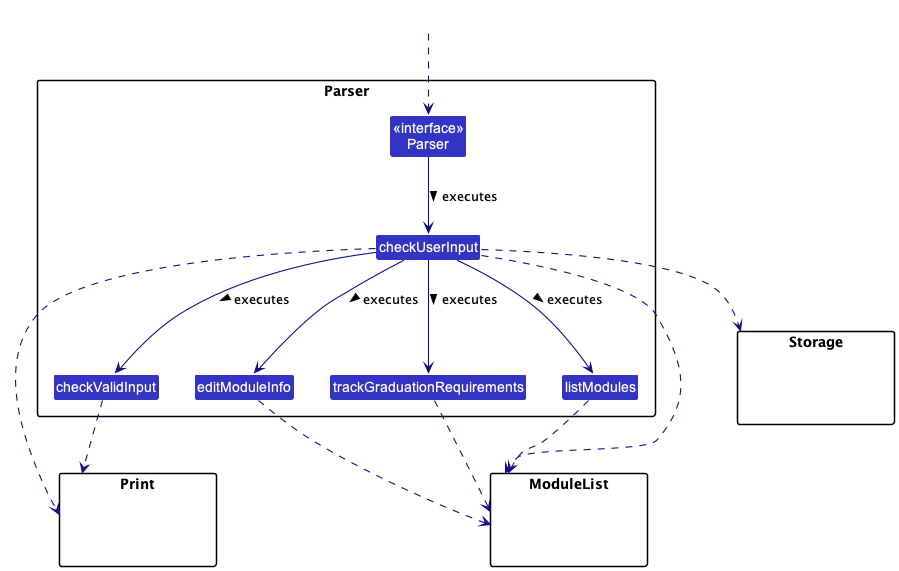
Earlier version of the PlantUML export docs/diagrams/Parser.png (saintzaw/tp). Source of this version:
```plantuml
@startuml
!include style.puml
skinparam arrowThickness 1.1
skinparam arrowColor LOGIC_COLOR_T4
skinparam classBackgroundColor LOGIC_COLOR

package Parser {
Class checkUserInput
Class checkValidInput
Class editModuleInfo
Class trackGraduationRequirements
Class listModules
Class "<<interface>>\nParser" as ParserInterface
}

package Print{
Class HiddenModel #FFFFFF
}

package Storage{
Class HiddenModel #FFFFFF
}

package ModuleList{
Class HiddenModel #FFFFFF
}

Class HiddenOutside #FFFFFF
HiddenOutside..> ParserInterface

ParserInterface --> checkUserInput : executes >
checkUserInput --> editModuleInfo : executes >
checkUserInput --> checkValidInput : executes >
checkUserInput --> trackGraduationRequirements : executes >
checkUserInput --> listModules : executes >

checkUserInput ..> Print
checkValidInput ..> Print
checkUserInput ..> Storage
checkUserInput ..> ModuleList
trackGraduationRequirements ..> ModuleList
editModuleInfo ..> ModuleList
listModules ..> ModuleList

@enduml
```
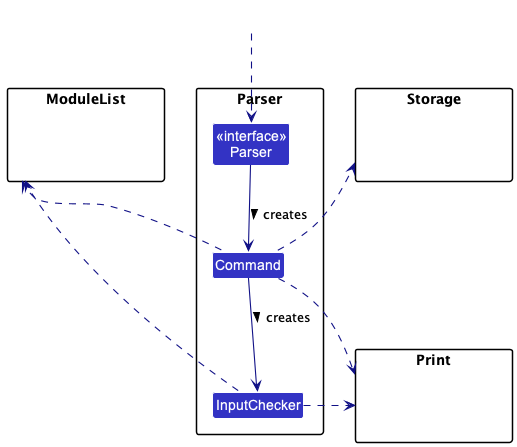
After the change.

Commit message:
Saint Updated the Parser Component in the DG

Change to the diagram source:
```diff
@@ -5,11 +5,8 @@
 skinparam classBackgroundColor LOGIC_COLOR
 
 package Parser {
-Class checkUserInput
-Class checkValidInput
-Class editModuleInfo
-Class trackGraduationRequirements
-Class listModules
+Class Command
+Class InputChecker
 Class "<<interface>>\nParser" as ParserInterface
 }
 
@@ -28,18 +25,13 @@
 Class HiddenOutside #FFFFFF
 HiddenOutside..> ParserInterface
 
-ParserInterface --> checkUserInput : executes >
-checkUserInput --> editModuleInfo : executes >
-checkUserInput --> checkValidInput : executes >
-checkUserInput --> trackGraduationRequirements : executes >
-checkUserInput --> listModules : executes >
+ParserInterface --> Command : creates >
+Command --> InputChecker : creates >
 
-checkUserInput ..> Print
-checkValidInput ..> Print
-checkUserInput ..> Storage
-checkUserInput ..> ModuleList
-trackGraduationRequirements ..> ModuleList
-editModuleInfo ..> ModuleList
-listModules ..> ModuleList
+Command .right.> Print
+Command .up.> Storage
+Command .up.> ModuleList
+InputChecker .right.> Print
+InputChecker .up.> ModuleList
 
 @enduml
```
